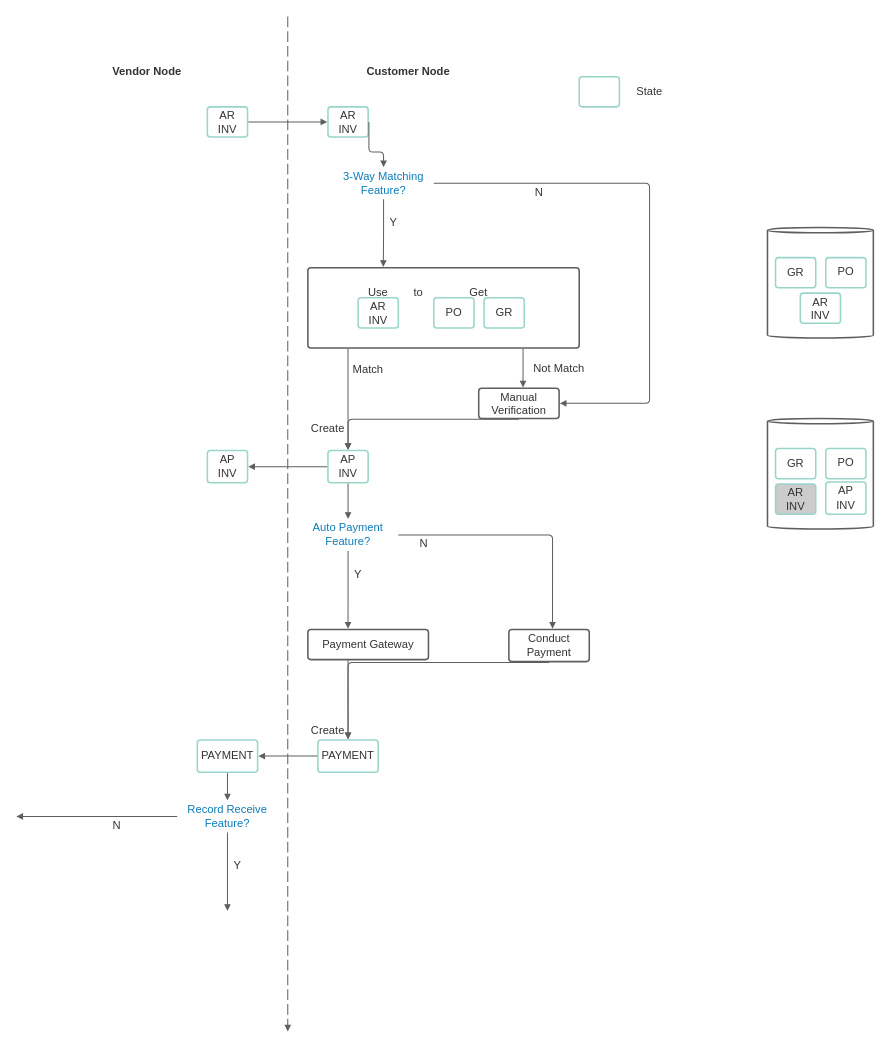
Earlier version of the draw.io diagram Blockchain Design.drawio (adisornc/drawIO). Source tidied: cells renumbered, new cells numbered last; positions are measured from the earlier drawing's top-left corner, leaving out a move shared by most shapes. Both pictures are drawn from the tidied source at 67%, with x=0, y=0 at pixel (16, 16).
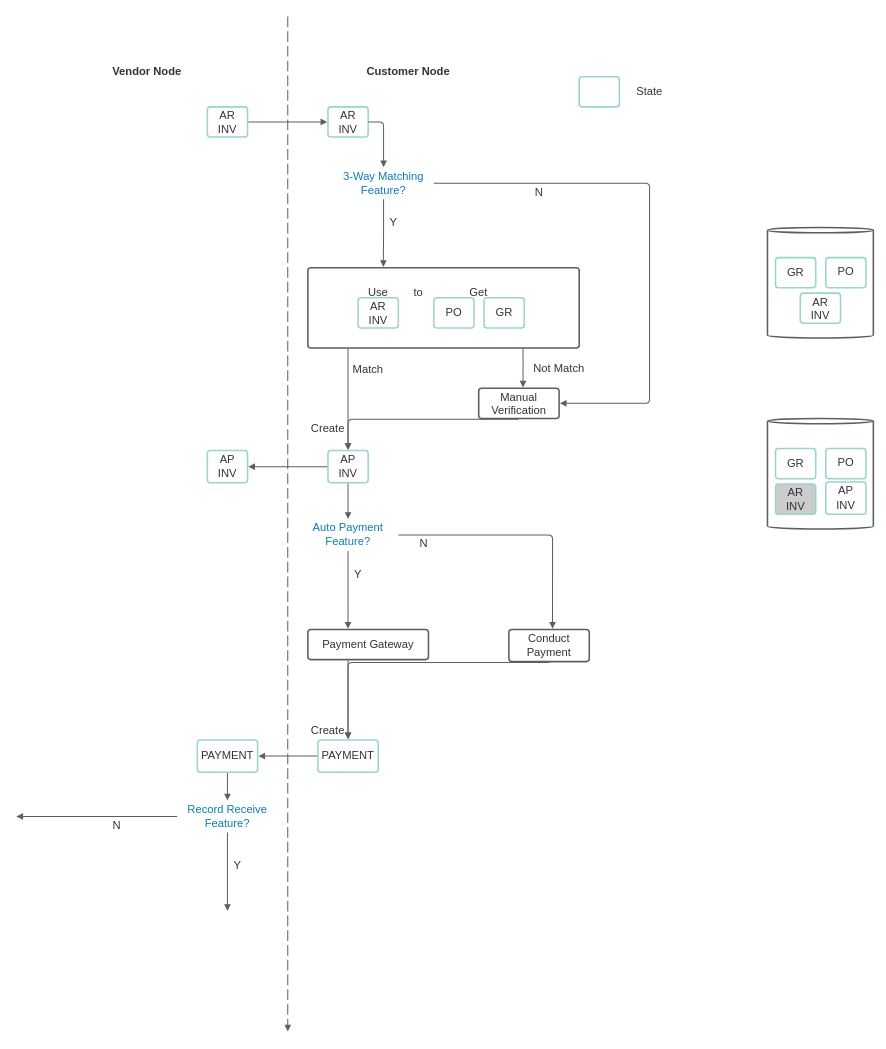
After the change.

Unchanged cells that the change refers to:
```xml
<mxCell id="9" value="3-Way Matching Feature?" style="html=1;overflow=block;blockSpacing=1;whiteSpace=wrap;whiteSpace=wrap;fontSize=16.7;fontColor=#0c7cba;spacing=3.8;strokeOpacity=0;fillOpacity=0;rounded=1;absoluteArcSize=1;arcSize=9;fillColor=#ffffff;strokeWidth=2.3;" parent="1" vertex="1">
  <mxGeometry x="473" y="225" width="150" height="48" as="geometry" />
</mxCell>
<mxCell id="14" value="AR INV" style="html=1;overflow=block;blockSpacing=1;whiteSpace=wrap;whiteSpace=wrap;fontSize=16.7;fontColor=#333333;spacing=3.8;strokeColor=#99d5ca;strokeOpacity=100;rounded=1;absoluteArcSize=1;arcSize=9;strokeWidth=2.3;" parent="1" vertex="1">
  <mxGeometry x="465" y="135" width="60" height="45" as="geometry" />
</mxCell>
```

Diff of the diagram source:
```diff
@@
-    <mxCell id="55" style="html=1;jettySize=18;whiteSpace=wrap;fontSize=13;strokeColor=#5E5E5E;strokeWidth=1.5;rounded=1;arcSize=12;edgeStyle=orthogonalEdgeStyle;startArrow=none;endArrow=block;endFill=1;exitX=1.019;exitY=0.5;exitPerimeter=0;entryX=0.5;entryY=0;entryPerimeter=0;" parent="1" edge="1" source="14" target="9">
+    <mxCell id="55" style="html=1;jettySize=18;whiteSpace=wrap;fontSize=13;strokeColor=#5E5E5E;strokeWidth=1.5;rounded=1;arcSize=12;edgeStyle=orthogonalEdgeStyle;startArrow=none;endArrow=block;endFill=1;entryX=0.5;entryY=0;entryPerimeter=0;exitX=1;exitY=0.5;exitDx=0;exitDy=0;" parent="1" edge="1" source="14" target="9">
       <mxGeometry relative="1" as="geometry" />
     </mxCell>
```
